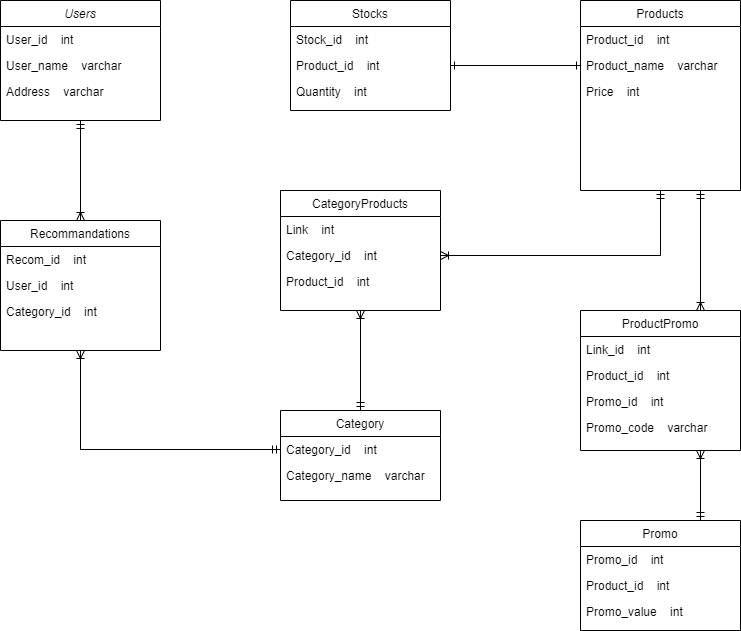
Before: DB_Shop.drawio.png, a diagram exported from draw.io (zhao-yiming/shop-API). Source tidied: cells renumbered, new cells last; positions are measured from the earlier drawing's top-left corner, leaving out a move shared by most shapes. Its diagram source:
```xml
<mxGraphModel>
  <root>
    <mxCell id="0" />
    <mxCell id="1" parent="0" />
    <mxCell id="2" value="Users" style="swimlane;fontStyle=2;align=center;verticalAlign=top;horizontal=1;startSize=26;rounded=0;shadow=0;strokeWidth=1;" parent="1" vertex="1">
      <mxGeometry width="160" height="120" as="geometry" />
    </mxCell>
    <mxCell id="3" value="User_id    int" style="text;align=left;verticalAlign=top;spacingLeft=4;spacingRight=4;overflow=hidden;" parent="2" vertex="1">
      <mxGeometry y="26" width="160" height="26" as="geometry" />
    </mxCell>
    <mxCell id="4" value="User_name    varchar" style="text;align=left;verticalAlign=top;spacingLeft=4;spacingRight=4;overflow=hidden;rounded=0;shadow=0;html=0;" parent="2" vertex="1">
      <mxGeometry y="52" width="160" height="26" as="geometry" />
    </mxCell>
    <mxCell id="5" value="Address    varchar" style="text;align=left;verticalAlign=top;spacingLeft=4;spacingRight=4;overflow=hidden;rounded=0;shadow=0;html=0;" parent="2" vertex="1">
      <mxGeometry y="78" width="160" height="26" as="geometry" />
    </mxCell>
    <mxCell id="6" value="Stocks" style="swimlane;fontStyle=0;align=center;verticalAlign=top;horizontal=1;startSize=26;rounded=0;shadow=0;strokeWidth=1;" parent="1" vertex="1">
      <mxGeometry x="290" width="160" height="110" as="geometry" />
    </mxCell>
    <mxCell id="7" value="Stock_id    int&#10;" style="text;align=left;verticalAlign=top;spacingLeft=4;spacingRight=4;overflow=hidden;" parent="6" vertex="1">
      <mxGeometry y="26" width="160" height="26" as="geometry" />
    </mxCell>
    <mxCell id="8" value="Product_id    int&#10;" style="text;align=left;verticalAlign=top;spacingLeft=4;spacingRight=4;overflow=hidden;points=[[0,0.5],[1,0.5]];portConstraint=eastwest;" parent="6" vertex="1">
      <mxGeometry y="52" width="160" height="26" as="geometry" />
    </mxCell>
    <mxCell id="9" value="Quantity    int" style="text;align=left;verticalAlign=top;spacingLeft=4;spacingRight=4;overflow=hidden;" parent="6" vertex="1">
      <mxGeometry y="78" width="160" height="26" as="geometry" />
    </mxCell>
    <mxCell id="10" value="Products" style="swimlane;fontStyle=0;align=center;verticalAlign=top;horizontal=1;startSize=26;rounded=0;shadow=0;strokeWidth=1;" parent="1" vertex="1">
      <mxGeometry x="580" width="160" height="190" as="geometry" />
    </mxCell>
    <mxCell id="11" value="Product_id    int" style="text;align=left;verticalAlign=top;spacingLeft=4;spacingRight=4;overflow=hidden;rounded=0;shadow=0;html=0;" parent="10" vertex="1">
      <mxGeometry y="26" width="160" height="26" as="geometry" />
    </mxCell>
    <mxCell id="12" value="Product_name    varchar" style="text;align=left;verticalAlign=top;spacingLeft=4;spacingRight=4;overflow=hidden;points=[[0,0.5],[1,0.5]];portConstraint=eastwest;rounded=0;shadow=0;html=0;" parent="10" vertex="1">
      <mxGeometry y="52" width="160" height="26" as="geometry" />
    </mxCell>
    <mxCell id="13" value="Price    int" style="text;align=left;verticalAlign=top;spacingLeft=4;spacingRight=4;overflow=hidden;rounded=0;shadow=0;html=0;" parent="10" vertex="1">
      <mxGeometry y="78" width="160" height="26" as="geometry" />
    </mxCell>
    <mxCell id="14" value="Promo" style="swimlane;fontStyle=0;align=center;verticalAlign=top;horizontal=1;startSize=26;rounded=0;shadow=0;strokeWidth=1;" parent="1" vertex="1">
      <mxGeometry x="580" y="520" width="160" height="110" as="geometry" />
    </mxCell>
    <mxCell id="15" value="Promo_id    int" style="text;align=left;verticalAlign=top;spacingLeft=4;spacingRight=4;overflow=hidden;" parent="14" vertex="1">
      <mxGeometry y="26" width="160" height="26" as="geometry" />
    </mxCell>
    <mxCell id="16" value="Product_id    int" style="text;align=left;verticalAlign=top;spacingLeft=4;spacingRight=4;overflow=hidden;" parent="14" vertex="1">
      <mxGeometry y="52" width="160" height="26" as="geometry" />
    </mxCell>
    <mxCell id="17" value="Promo_value    int" style="text;align=left;verticalAlign=top;spacingLeft=4;spacingRight=4;overflow=hidden;" parent="14" vertex="1">
      <mxGeometry y="78" width="160" height="26" as="geometry" />
    </mxCell>
    <mxCell id="18" value="Category" style="swimlane;fontStyle=0;align=center;verticalAlign=top;horizontal=1;startSize=26;rounded=0;shadow=0;strokeWidth=1;" parent="1" vertex="1">
      <mxGeometry x="280" y="410" width="160" height="90" as="geometry" />
    </mxCell>
    <mxCell id="19" value="Category_id    int" style="text;align=left;verticalAlign=top;spacingLeft=4;spacingRight=4;overflow=hidden;points=[[0,0.5],[1,0.5]];portConstraint=eastwest;" parent="18" vertex="1">
      <mxGeometry y="26" width="160" height="26" as="geometry" />
    </mxCell>
    <mxCell id="20" value="Category_name    varchar" style="text;align=left;verticalAlign=top;spacingLeft=4;spacingRight=4;overflow=hidden;" parent="18" vertex="1">
      <mxGeometry y="52" width="160" height="26" as="geometry" />
    </mxCell>
    <mxCell id="21" value="CategoryProducts" style="swimlane;fontStyle=0;align=center;verticalAlign=top;horizontal=1;startSize=26;rounded=0;shadow=0;strokeWidth=1;" parent="1" vertex="1">
      <mxGeometry x="280" y="190" width="160" height="120" as="geometry" />
    </mxCell>
    <mxCell id="22" value="Link    int" style="text;align=left;verticalAlign=top;spacingLeft=4;spacingRight=4;overflow=hidden;" parent="21" vertex="1">
      <mxGeometry y="26" width="160" height="26" as="geometry" />
    </mxCell>
    <mxCell id="23" value="Category_id    int" style="text;align=left;verticalAlign=top;spacingLeft=4;spacingRight=4;overflow=hidden;points=[[0,0.5],[1,0.5]];portConstraint=eastwest;" parent="21" vertex="1">
      <mxGeometry y="52" width="160" height="26" as="geometry" />
    </mxCell>
    <mxCell id="24" value="Product_id    int" style="text;align=left;verticalAlign=top;spacingLeft=4;spacingRight=4;overflow=hidden;" parent="21" vertex="1">
      <mxGeometry y="78" width="160" height="26" as="geometry" />
    </mxCell>
    <mxCell id="25" value="Recommandations" style="swimlane;fontStyle=0;align=center;verticalAlign=top;horizontal=1;startSize=26;rounded=0;shadow=0;strokeWidth=1;" parent="1" vertex="1">
      <mxGeometry y="220" width="160" height="130" as="geometry" />
    </mxCell>
    <mxCell id="26" value="Recom_id    int" style="text;align=left;verticalAlign=top;spacingLeft=4;spacingRight=4;overflow=hidden;" parent="25" vertex="1">
      <mxGeometry y="26" width="160" height="26" as="geometry" />
    </mxCell>
    <mxCell id="27" value="User_id    int" style="text;align=left;verticalAlign=top;spacingLeft=4;spacingRight=4;overflow=hidden;" parent="25" vertex="1">
      <mxGeometry y="52" width="160" height="26" as="geometry" />
    </mxCell>
    <mxCell id="28" value="Category_id    int" style="text;align=left;verticalAlign=top;spacingLeft=4;spacingRight=4;overflow=hidden;" parent="25" vertex="1">
      <mxGeometry y="78" width="160" height="26" as="geometry" />
    </mxCell>
    <mxCell id="29" style="endArrow=ERone;html=1;rounded=0;exitX=1;exitY=0.5;exitDx=0;exitDy=0;entryX=0;entryY=0.5;entryDx=0;entryDy=0;startArrow=ERone;startFill=0;endFill=0;" parent="1" edge="1" source="8" target="12">
      <mxGeometry relative="1" as="geometry" />
    </mxCell>
    <mxCell id="30" style="endArrow=ERmandOne;html=1;rounded=0;entryX=0.5;entryY=1;entryDx=0;entryDy=0;exitX=1;exitY=0.5;exitDx=0;exitDy=0;startArrow=ERoneToMany;startFill=0;endFill=0;" parent="1" edge="1" source="23" target="10">
      <mxGeometry relative="1" as="geometry">
        <Array as="points">
          <mxPoint x="660" y="255" />
        </Array>
      </mxGeometry>
    </mxCell>
    <mxCell id="31" style="endArrow=ERoneToMany;html=1;rounded=0;entryX=0.5;entryY=1;entryDx=0;entryDy=0;exitX=0.5;exitY=0;exitDx=0;exitDy=0;startArrow=ERmandOne;startFill=0;endFill=0;" parent="1" edge="1" source="18" target="21">
      <mxGeometry relative="1" as="geometry" />
    </mxCell>
    <mxCell id="32" value="ProductPromo" style="swimlane;fontStyle=0;align=center;verticalAlign=top;horizontal=1;startSize=26;rounded=0;shadow=0;strokeWidth=1;" parent="1" vertex="1">
      <mxGeometry x="580" y="310" width="160" height="140" as="geometry" />
    </mxCell>
    <mxCell id="33" value="Link_id    int" style="text;align=left;verticalAlign=top;spacingLeft=4;spacingRight=4;overflow=hidden;" parent="32" vertex="1">
      <mxGeometry y="26" width="160" height="26" as="geometry" />
    </mxCell>
    <mxCell id="34" value="Product_id    int" style="text;align=left;verticalAlign=top;spacingLeft=4;spacingRight=4;overflow=hidden;" parent="32" vertex="1">
      <mxGeometry y="52" width="160" height="26" as="geometry" />
    </mxCell>
    <mxCell id="35" value="Promo_id    int" style="text;align=left;verticalAlign=top;spacingLeft=4;spacingRight=4;overflow=hidden;" parent="32" vertex="1">
      <mxGeometry y="78" width="160" height="26" as="geometry" />
    </mxCell>
    <mxCell id="36" value="Promo_code    varchar" style="text;align=left;verticalAlign=top;spacingLeft=4;spacingRight=4;overflow=hidden;" parent="32" vertex="1">
      <mxGeometry y="104" width="160" height="26" as="geometry" />
    </mxCell>
    <mxCell id="37" style="endArrow=ERmandOne;html=1;rounded=0;entryX=0.75;entryY=1;entryDx=0;entryDy=0;exitX=0.75;exitY=0;exitDx=0;exitDy=0;startArrow=ERoneToMany;startFill=0;endFill=0;" parent="1" edge="1" source="32" target="10">
      <mxGeometry relative="1" as="geometry" />
    </mxCell>
    <mxCell id="38" style="endArrow=ERoneToMany;html=1;rounded=0;entryX=0.75;entryY=1;entryDx=0;entryDy=0;exitX=0.75;exitY=0;exitDx=0;exitDy=0;startArrow=ERmandOne;startFill=0;endFill=0;" parent="1" edge="1" source="14" target="32">
      <mxGeometry relative="1" as="geometry" />
    </mxCell>
    <mxCell id="39" style="endArrow=ERoneToMany;html=1;rounded=0;exitX=0.5;exitY=1;exitDx=0;exitDy=0;startArrow=ERmandOne;startFill=0;endFill=0;" parent="1" edge="1" source="2" target="25">
      <mxGeometry relative="1" as="geometry" />
    </mxCell>
    <mxCell id="40" style="endArrow=ERmandOne;html=1;rounded=0;exitX=0.5;exitY=1;exitDx=0;exitDy=0;startArrow=ERoneToMany;startFill=0;entryX=0;entryY=0.5;entryDx=0;entryDy=0;endFill=0;" parent="1" edge="1" source="25" target="19">
      <mxGeometry relative="1" as="geometry">
        <Array as="points">
          <mxPoint x="80" y="449" />
        </Array>
      </mxGeometry>
    </mxCell>
  </root>
</mxGraphModel>
```
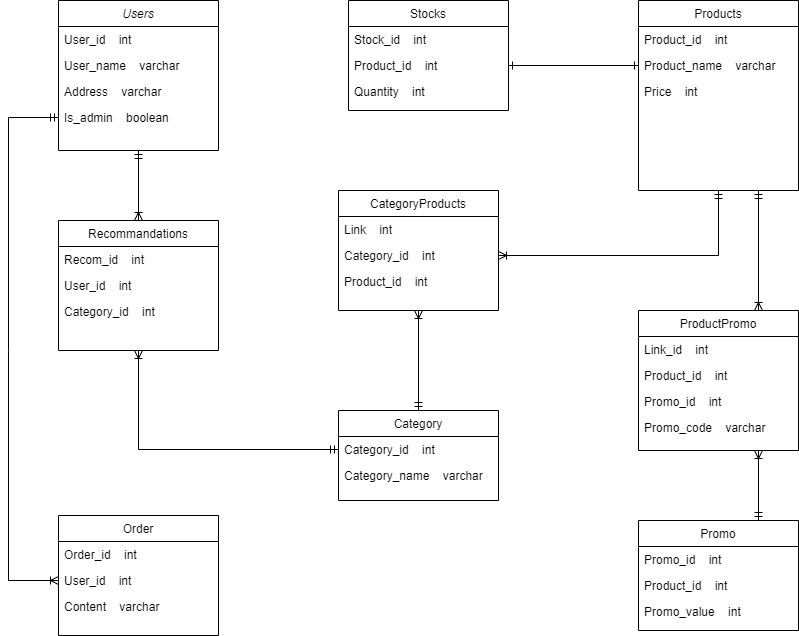
Later version of the same file.

Commit message:
Cration of a yaml for the doc and database diagram modif

Change to the diagram source:
```diff
@@ -3,7 +3,7 @@
     <mxCell id="0" />
     <mxCell id="1" parent="0" />
     <mxCell id="2" value="Users" style="swimlane;fontStyle=2;align=center;verticalAlign=top;horizontal=1;startSize=26;rounded=0;shadow=0;strokeWidth=1;" parent="1" vertex="1">
-      <mxGeometry width="160" height="120" as="geometry" />
+      <mxGeometry width="160" height="150" as="geometry" />
     </mxCell>
     <mxCell id="3" value="User_id    int" style="text;align=left;verticalAlign=top;spacingLeft=4;spacingRight=4;overflow=hidden;" parent="2" vertex="1">
       <mxGeometry y="26" width="160" height="26" as="geometry" />
@@ -14,6 +14,9 @@
     <mxCell id="5" value="Address    varchar" style="text;align=left;verticalAlign=top;spacingLeft=4;spacingRight=4;overflow=hidden;rounded=0;shadow=0;html=0;" parent="2" vertex="1">
       <mxGeometry y="78" width="160" height="26" as="geometry" />
     </mxCell>
+    <mxCell id="41" value="Is_admin    boolean" style="text;align=left;verticalAlign=top;spacingLeft=4;spacingRight=4;overflow=hidden;points=[[0,0.5],[1,0.5]];portConstraint=eastwest;rounded=0;shadow=0;html=0;" parent="2" vertex="1">
+      <mxGeometry y="104" width="160" height="26" as="geometry" />
+    </mxCell>
     <mxCell id="6" value="Stocks" style="swimlane;fontStyle=0;align=center;verticalAlign=top;horizontal=1;startSize=26;rounded=0;shadow=0;strokeWidth=1;" parent="1" vertex="1">
       <mxGeometry x="290" width="160" height="110" as="geometry" />
     </mxCell>
@@ -127,5 +130,26 @@
         </Array>
       </mxGeometry>
     </mxCell>
+    <mxCell id="42" value="Order" style="swimlane;fontStyle=0;align=center;verticalAlign=top;horizontal=1;startSize=26;rounded=0;shadow=0;strokeWidth=1;" parent="1" vertex="1">
+      <mxGeometry y="515" width="160" height="120" as="geometry" />
+    </mxCell>
+    <mxCell id="43" value="Order_id    int" style="text;align=left;verticalAlign=top;spacingLeft=4;spacingRight=4;overflow=hidden;" parent="42" vertex="1">
+      <mxGeometry y="26" width="160" height="26" as="geometry" />
+    </mxCell>
+    <mxCell id="44" value="User_id    int" style="text;align=left;verticalAlign=top;spacingLeft=4;spacingRight=4;overflow=hidden;points=[[0,0.5],[1,0.5]];portConstraint=eastwest;" parent="42" vertex="1">
+      <mxGeometry y="52" width="160" height="26" as="geometry" />
+    </mxCell>
+    <mxCell id="45" value="Content    varchar" style="text;align=left;verticalAlign=top;spacingLeft=4;spacingRight=4;overflow=hidden;" parent="42" vertex="1">
+      <mxGeometry y="78" width="160" height="26" as="geometry" />
+    </mxCell>
+    <mxCell id="46" style="endArrow=ERoneToMany;html=1;rounded=0;exitX=0;exitY=0.5;exitDx=0;exitDy=0;entryX=0;entryY=0.5;entryDx=0;entryDy=0;startArrow=ERmandOne;startFill=0;endFill=0;" parent="1" edge="1" source="41" target="44">
+      <mxGeometry relative="1" as="geometry">
+        <Array as="points">
+          <mxPoint x="-50" y="117" />
+          <mxPoint x="-50" y="350" />
+          <mxPoint x="-50" y="580" />
+        </Array>
+      </mxGeometry>
+    </mxCell>
   </root>
 </mxGraphModel>
```
